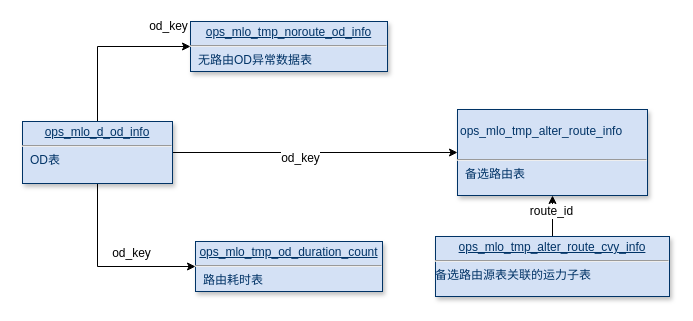
The draw.io diagram 串联结果表关联.drawio in weiguang/drawio, before the edit. Source tidied: cells renumbered, new cells numbered last; positions are measured from the earlier drawing's top-left corner, leaving out a move shared by most shapes. Both pictures are drawn from the tidied source at 100%, with x=0, y=0 at pixel (22, 21).
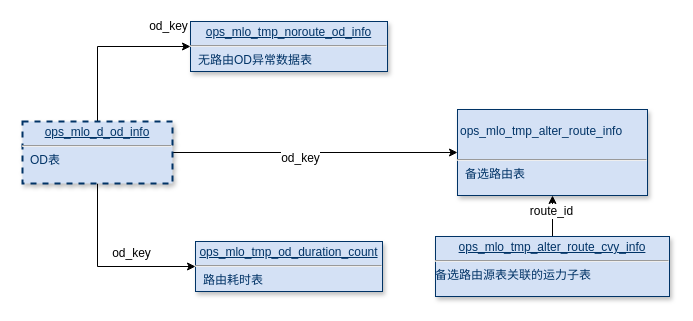
The same diagram, later.

Commit message:
Update 串联结果表关联.drawio

What changed in the source:
```diff
@@
 <mxGraphModel background="#ffffff">
   <root>
     <mxCell id="0" />
     <mxCell id="1" parent="0" />
     <mxCell id="2" style="edgeStyle=orthogonalEdgeStyle;rounded=0;jettySize=auto;html=1;" parent="1" edge="1" source="8" target="9">
       <mxGeometry relative="1" as="geometry" />
     </mxCell>
     <mxCell id="3" value="od_key" style="text;html=1;align=center;verticalAlign=middle;labelBackgroundColor=#ffffff;" parent="2" vertex="1">
       <mxGeometry x="-0.11" y="-5" relative="1" as="geometry" />
     </mxCell>
     <mxCell id="4" style="edgeStyle=orthogonalEdgeStyle;rounded=0;jettySize=auto;html=1;" parent="1" edge="1" source="8" target="13">
       <mxGeometry relative="1" as="geometry">
         <Array as="points">
           <mxPoint x="75" y="25" />
         </Array>
       </mxGeometry>
     </mxCell>
     <mxCell id="5" value="od_key" style="text;html=1;align=center;verticalAlign=middle;labelBackgroundColor=#ffffff;" parent="4" vertex="1">
       <mxGeometry x="-0.27" y="-35" relative="1" as="geometry">
         <mxPoint x="35" y="-35" as="offset" />
       </mxGeometry>
     </mxCell>
     <mxCell id="6" style="edgeStyle=orthogonalEdgeStyle;rounded=0;jettySize=auto;html=1;" parent="1" edge="1" source="8" target="14">
       <mxGeometry relative="1" as="geometry">
         <Array as="points">
           <mxPoint x="75" y="245" />
         </Array>
       </mxGeometry>
     </mxCell>
     <mxCell id="7" value="od_key" style="text;html=1;align=center;verticalAlign=middle;labelBackgroundColor=#ffffff;" parent="6" vertex="1">
       <mxGeometry x="-0.24" y="33" relative="1" as="geometry" />
     </mxCell>
-    <mxCell id="8" value="&lt;p style=&quot;margin: 0px ; margin-top: 4px ; text-align: center ; text-decoration: underline&quot;&gt;&lt;span lang=&quot;EN-US&quot;&gt;ops_mlo_d_od_info&lt;/span&gt;&lt;br&gt;&lt;/p&gt;&lt;hr&gt;&lt;p style=&quot;margin: 0px ; margin-left: 8px&quot;&gt;OD表&lt;/p&gt;" style="verticalAlign=top;align=left;overflow=fill;fontSize=12;fontFamily=Helvetica;html=1;strokeColor=#003366;shadow=1;fillColor=#D4E1F5;fontColor=#003366;" parent="1" vertex="1">
+    <mxCell id="8" value="&lt;p style=&quot;margin: 0px ; margin-top: 4px ; text-align: center ; text-decoration: underline&quot;&gt;&lt;span lang=&quot;EN-US&quot;&gt;ops_mlo_d_od_info&lt;/span&gt;&lt;br&gt;&lt;/p&gt;&lt;hr&gt;&lt;p style=&quot;margin: 0px ; margin-left: 8px&quot;&gt;OD表&lt;/p&gt;" style="verticalAlign=top;align=left;overflow=fill;fontSize=12;fontFamily=Helvetica;html=1;strokeColor=#003366;shadow=1;fillColor=#D4E1F5;fontColor=#003366;dashed=1;strokeWidth=2;" parent="1" vertex="1">
       <mxGeometry y="100" width="150" height="62" as="geometry" />
     </mxCell>
     <mxCell id="9" value="&lt;table&gt;&lt;tbody&gt;&lt;tr&gt;&lt;td valign=&quot;top&quot;&gt;&lt;p&gt;&lt;span lang=&quot;EN-US&quot;&gt;ops_mlo_tmp_alter_route_info&lt;/span&gt;&lt;/p&gt;&lt;/td&gt;&lt;/tr&gt;&lt;/tbody&gt;&lt;/table&gt;&lt;hr&gt;&lt;p style=&quot;margin: 0px ; margin-left: 8px&quot;&gt;备选路由表&lt;/p&gt;" style="verticalAlign=top;align=left;overflow=fill;fontSize=12;fontFamily=Helvetica;html=1;strokeColor=#003366;shadow=1;fillColor=#D4E1F5;fontColor=#003366;" parent="1" vertex="1">
       <mxGeometry x="435" y="88" width="190" height="86" as="geometry" />
     </mxCell>
     <mxCell id="10" style="edgeStyle=orthogonalEdgeStyle;rounded=0;jettySize=auto;html=1;" parent="1" edge="1" source="12" target="9">
       <mxGeometry relative="1" as="geometry" />
     </mxCell>
     <mxCell id="11" value="route_id" style="text;html=1;align=center;verticalAlign=middle;labelBackgroundColor=#ffffff;" parent="10" vertex="1">
       <mxGeometry x="0.29" y="2" relative="1" as="geometry" />
     </mxCell>
     <mxCell id="12" value="&lt;p style=&quot;margin: 0px ; margin-top: 4px ; text-align: center ; text-decoration: underline&quot;&gt;&lt;span lang=&quot;EN-US&quot;&gt;ops_mlo_tmp_alter_route_cvy_info&lt;/span&gt;&lt;br&gt;&lt;/p&gt;&lt;hr&gt;&lt;p style=&quot;margin: 0px ; margin-left: 8px&quot;&gt;&lt;/p&gt;&lt;span&gt;备选路由源表关联的运力子表&lt;/span&gt;" style="verticalAlign=top;align=left;overflow=fill;fontSize=12;fontFamily=Helvetica;html=1;strokeColor=#003366;shadow=1;fillColor=#D4E1F5;fontColor=#003366;" parent="1" vertex="1">
       <mxGeometry x="413" y="215" width="234" height="60" as="geometry" />
     </mxCell>
     <mxCell id="13" value="&lt;p style=&quot;margin: 0px ; margin-top: 4px ; text-align: center ; text-decoration: underline&quot;&gt;&lt;span lang=&quot;EN-US&quot;&gt;ops_mlo_tmp_noroute_od_info&lt;/span&gt;&lt;br&gt;&lt;/p&gt;&lt;hr&gt;&lt;p style=&quot;margin: 0px ; margin-left: 8px&quot;&gt;&lt;span&gt;无路由&lt;span lang=&quot;EN-US&quot;&gt;OD&lt;/span&gt;异常数据表&lt;/span&gt;&lt;br&gt;&lt;/p&gt;" style="verticalAlign=top;align=left;overflow=fill;fontSize=12;fontFamily=Helvetica;html=1;strokeColor=#003366;shadow=1;fillColor=#D4E1F5;fontColor=#003366;" parent="1" vertex="1">
       <mxGeometry x="168" width="197" height="50" as="geometry" />
     </mxCell>
     <mxCell id="14" value="&lt;p style=&quot;margin: 0px ; margin-top: 4px ; text-align: center ; text-decoration: underline&quot;&gt;&lt;span lang=&quot;EN-US&quot;&gt;ops_mlo_tmp_od_duration_count&lt;/span&gt;&lt;br&gt;&lt;/p&gt;&lt;hr&gt;&lt;p style=&quot;margin: 0px ; margin-left: 8px&quot;&gt;&lt;span&gt;路由耗时表&lt;/span&gt;&lt;br&gt;&lt;/p&gt;" style="verticalAlign=top;align=left;overflow=fill;fontSize=12;fontFamily=Helvetica;html=1;strokeColor=#003366;shadow=1;fillColor=#D4E1F5;fontColor=#003366;" parent="1" vertex="1">
       <mxGeometry x="173" y="220" width="187" height="50" as="geometry" />
     </mxCell>
   </root>
 </mxGraphModel>
```
